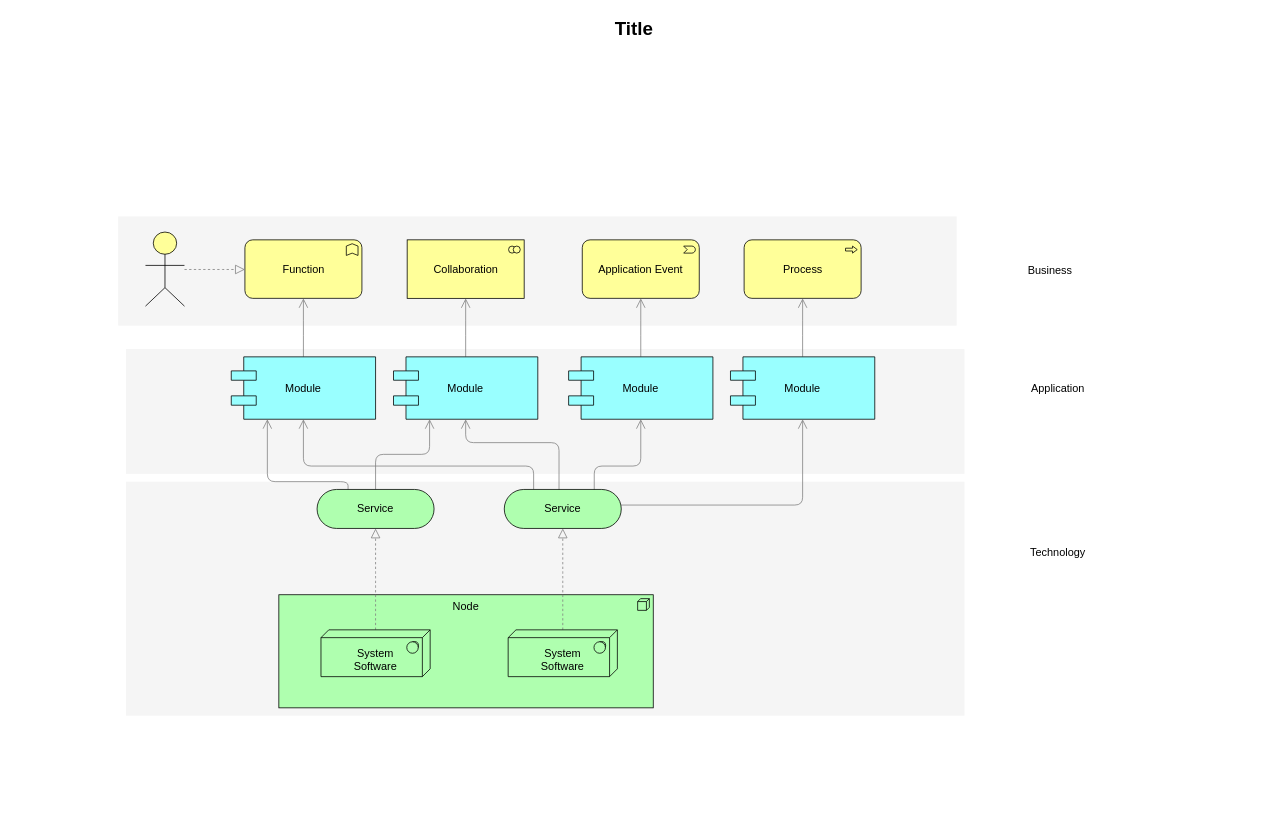
shinysol/shinysol keeps this draw.io diagram as akacia_architecture.drawio. Above is the earlier version. Source tidied: cells renumbered, new cells numbered last; positions are measured from the earlier drawing's top-left corner, leaving out a move shared by most shapes. Both pictures are drawn from the tidied source at 78%, with x=0, y=0 at pixel (13, 13).
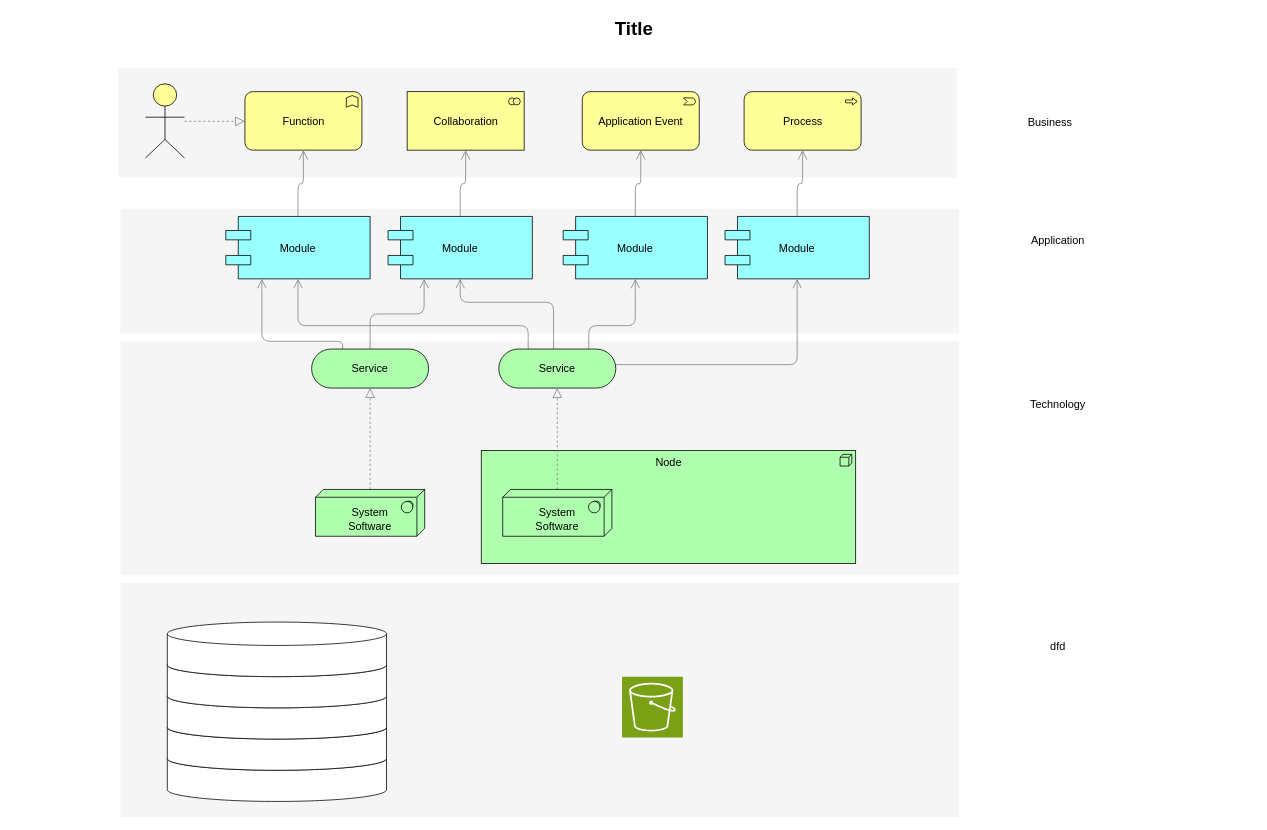
Above is the later version.

Diff of the diagram source:
```diff
@@
     <mxCell id="2" style="whiteSpace=wrap;html=1;strokeColor=none;strokeWidth=1;fillColor=#f5f5f5;fontSize=14;" parent="1" vertex="1">
-      <mxGeometry x="144" y="600" width="1075" height="300" as="geometry" />
+      <mxGeometry x="137" y="420" width="1075" height="300" as="geometry" />
     </mxCell>
     <mxCell id="3" style="whiteSpace=wrap;html=1;strokeColor=none;strokeWidth=1;fillColor=#f5f5f5;fontSize=14;" parent="1" vertex="1">
-      <mxGeometry x="144" y="430" width="1075" height="160" as="geometry" />
+      <mxGeometry x="137" y="250" width="1075" height="160" as="geometry" />
     </mxCell>
     <mxCell id="4" style="whiteSpace=wrap;html=1;strokeColor=none;strokeWidth=1;fillColor=#f5f5f5;fontSize=14;" parent="1" vertex="1">
-      <mxGeometry x="134" y="260" width="1075" height="140" as="geometry" />
+      <mxGeometry x="134" y="70" width="1075" height="140" as="geometry" />
     </mxCell>
     <mxCell id="5" value="Node" style="html=1;whiteSpace=wrap;fillColor=#AFFFAF;shape=mxgraph.archimate3.application;appType=node;archiType=square;fontSize=14;verticalAlign=top;" parent="1" vertex="1">
-      <mxGeometry x="340" y="745" width="480" height="145" as="geometry" />
+      <mxGeometry x="599.5" y="560" width="480" height="145" as="geometry" />
     </mxCell>
@@
     <mxCell id="7" value="&lt;div&gt;&lt;br&gt;&lt;/div&gt;System&lt;div&gt;Software&lt;/div&gt;" style="html=1;whiteSpace=wrap;fillColor=#AFFFAF;shape=mxgraph.archimate3.tech;techType=sysSw;fontSize=14;" parent="1" vertex="1">
-      <mxGeometry x="394" y="790" width="140" height="60" as="geometry" />
+      <mxGeometry x="387" y="610" width="140" height="60" as="geometry" />
     </mxCell>
@@
     <mxCell id="9" value="&lt;div&gt;&lt;br&gt;&lt;/div&gt;&lt;div&gt;&lt;span&gt;System&lt;/span&gt;&lt;div&gt;Software&lt;/div&gt;&lt;/div&gt;" style="html=1;whiteSpace=wrap;fillColor=#AFFFAF;shape=mxgraph.archimate3.tech;techType=sysSw;fontSize=14;" parent="1" vertex="1">
-      <mxGeometry x="634" y="790" width="140" height="60" as="geometry" />
+      <mxGeometry x="627" y="610" width="140" height="60" as="geometry" />
     </mxCell>
@@
     <mxCell id="11" style="edgeStyle=elbowEdgeStyle;rounded=1;elbow=vertical;html=1;startSize=10;endArrow=open;endFill=0;endSize=10;jettySize=auto;strokeColor=#808080;fontSize=14;entryX=0.25;entryY=1;exitX=0.265;exitY=0.007;exitPerimeter=0;" parent="1" edge="1" source="12" target="19">
       <mxGeometry relative="1" as="geometry">
         <Array as="points">
-          <mxPoint x="372" y="600" />
+          <mxPoint x="365" y="420" />
         </Array>
       </mxGeometry>
     </mxCell>
     <mxCell id="12" value="Service" style="html=1;whiteSpace=wrap;fillColor=#AFFFAF;shape=mxgraph.archimate3.service;fontSize=14;" parent="1" vertex="1">
-      <mxGeometry x="389" y="610" width="150" height="50" as="geometry" />
+      <mxGeometry x="382" y="430" width="150" height="50" as="geometry" />
     </mxCell>
     <mxCell id="13" style="edgeStyle=elbowEdgeStyle;rounded=1;elbow=vertical;html=1;startSize=10;endArrow=open;endFill=0;endSize=10;jettySize=auto;strokeColor=#808080;fontSize=14;" parent="1" edge="1" source="17" target="25">
       <mxGeometry relative="1" as="geometry">
         <Array as="points">
-          <mxPoint x="859" y="630" />
+          <mxPoint x="852" y="450" />
         </Array>
       </mxGeometry>
     </mxCell>
     <mxCell id="14" style="edgeStyle=elbowEdgeStyle;rounded=1;elbow=vertical;html=1;startSize=10;endArrow=open;endFill=0;endSize=10;jettySize=auto;strokeColor=#808080;fontSize=14;entryX=0.5;entryY=1;exitX=0.769;exitY=0.025;exitPerimeter=0;" parent="1" edge="1" source="17" target="23">
       <mxGeometry relative="1" as="geometry">
         <Array as="points">
-          <mxPoint x="759" y="580" />
+          <mxPoint x="752" y="400" />
         </Array>
       </mxGeometry>
     </mxCell>
     <mxCell id="15" style="edgeStyle=elbowEdgeStyle;rounded=1;elbow=vertical;html=1;startSize=10;endArrow=open;endFill=0;endSize=10;jettySize=auto;strokeColor=#808080;fontSize=14;entryX=0.5;entryY=1;exitX=0.468;exitY=0.025;exitPerimeter=0;" parent="1" edge="1" source="17" target="21">
       <mxGeometry relative="1" as="geometry">
         <Array as="points">
-          <mxPoint x="649" y="550" />
+          <mxPoint x="642" y="370" />
         </Array>
       </mxGeometry>
     </mxCell>
     <mxCell id="16" style="edgeStyle=elbowEdgeStyle;rounded=1;elbow=vertical;html=1;startSize=10;endArrow=open;endFill=0;endSize=10;jettySize=auto;strokeColor=#808080;fontSize=14;exitX=0.251;exitY=0.002;exitPerimeter=0;" parent="1" edge="1" source="17" target="19">
       <mxGeometry relative="1" as="geometry">
         <Array as="points">
-          <mxPoint x="539" y="580" />
+          <mxPoint x="532" y="400" />
         </Array>
       </mxGeometry>
     </mxCell>
     <mxCell id="17" value="Service" style="html=1;whiteSpace=wrap;fillColor=#AFFFAF;shape=mxgraph.archimate3.service;fontSize=14;" parent="1" vertex="1">
-      <mxGeometry x="629" y="610" width="150" height="50" as="geometry" />
+      <mxGeometry x="622" y="430" width="150" height="50" as="geometry" />
     </mxCell>
@@
     <mxCell id="19" value="Module" style="shape=component;align=center;fillColor=#99ffff;gradientColor=none;fontSize=14;" parent="1" vertex="1">
-      <mxGeometry x="279" y="440" width="185" height="80" as="geometry" />
+      <mxGeometry x="272" y="260" width="185" height="80" as="geometry" />
     </mxCell>
@@
     <mxCell id="21" value="Module" style="shape=component;align=center;fillColor=#99ffff;gradientColor=none;fontSize=14;" parent="1" vertex="1">
-      <mxGeometry x="487" y="440" width="185" height="80" as="geometry" />
+      <mxGeometry x="480" y="260" width="185" height="80" as="geometry" />
     </mxCell>
@@
     <mxCell id="23" value="Module" style="shape=component;align=center;fillColor=#99ffff;gradientColor=none;fontSize=14;" parent="1" vertex="1">
-      <mxGeometry x="711.5" y="440" width="185" height="80" as="geometry" />
+      <mxGeometry x="704.5" y="260" width="185" height="80" as="geometry" />
     </mxCell>
@@
     <mxCell id="25" value="Module" style="shape=component;align=center;fillColor=#99ffff;gradientColor=none;fontSize=14;" parent="1" vertex="1">
-      <mxGeometry x="919" y="440" width="185" height="80" as="geometry" />
+      <mxGeometry x="912" y="260" width="185" height="80" as="geometry" />
     </mxCell>
     <mxCell id="26" value="Function" style="html=1;whiteSpace=wrap;fillColor=#ffff99;shape=mxgraph.archimate3.application;appType=func;archiType=rounded;fontSize=14;" parent="1" vertex="1">
-      <mxGeometry x="296.5" y="290" width="150" height="75" as="geometry" />
+      <mxGeometry x="296.5" y="100" width="150" height="75" as="geometry" />
     </mxCell>
     <mxCell id="27" value="Collaboration" style="html=1;whiteSpace=wrap;fillColor=#ffff99;shape=mxgraph.archimate3.application;appType=collab;archiType=square;fontSize=14;" parent="1" vertex="1">
-      <mxGeometry x="504.5" y="290" width="150" height="75" as="geometry" />
+      <mxGeometry x="504.5" y="100" width="150" height="75" as="geometry" />
     </mxCell>
     <mxCell id="28" value="Application Event" style="html=1;whiteSpace=wrap;fillColor=#ffff99;shape=mxgraph.archimate3.application;appType=event;archiType=rounded;fontSize=14;" parent="1" vertex="1">
-      <mxGeometry x="729" y="290" width="150" height="75" as="geometry" />
+      <mxGeometry x="729" y="100" width="150" height="75" as="geometry" />
     </mxCell>
     <mxCell id="29" value="Process" style="html=1;whiteSpace=wrap;fillColor=#ffff99;shape=mxgraph.archimate3.application;appType=proc;archiType=rounded;fontSize=14;" parent="1" vertex="1">
-      <mxGeometry x="936.5" y="290" width="150" height="75" as="geometry" />
+      <mxGeometry x="936.5" y="100" width="150" height="75" as="geometry" />
     </mxCell>
     <mxCell id="30" value="Technology" style="text;html=1;strokeColor=none;fillColor=none;align=center;verticalAlign=middle;whiteSpace=wrap;fontSize=14;" parent="1" vertex="1">
-      <mxGeometry x="1219" y="681" width="240" height="20" as="geometry" />
+      <mxGeometry x="1219" y="491" width="240" height="20" as="geometry" />
     </mxCell>
     <mxCell id="31" value="Application" style="text;html=1;strokeColor=none;fillColor=none;align=center;verticalAlign=middle;whiteSpace=wrap;fontSize=14;" parent="1" vertex="1">
-      <mxGeometry x="1219" y="471" width="240" height="20" as="geometry" />
+      <mxGeometry x="1219" y="281" width="240" height="20" as="geometry" />
     </mxCell>
     <mxCell id="32" value="Business" style="text;html=1;strokeColor=none;fillColor=none;align=center;verticalAlign=middle;whiteSpace=wrap;fontSize=14;" parent="1" vertex="1">
-      <mxGeometry x="1209" y="319" width="240" height="20" as="geometry" />
+      <mxGeometry x="1209" y="129" width="240" height="20" as="geometry" />
     </mxCell>
@@
     <mxCell id="34" style="html=1;whiteSpace=wrap;fillColor=#ffff99;shape=mxgraph.archimate3.actor;fontSize=14;" parent="1" vertex="1">
-      <mxGeometry x="169" y="280" width="50" height="95" as="geometry" />
+      <mxGeometry x="169" y="90" width="50" height="95" as="geometry" />
     </mxCell>
@@
+    <mxCell id="36" style="whiteSpace=wrap;html=1;strokeColor=none;strokeWidth=1;fillColor=#f5f5f5;fontSize=14;" parent="1" vertex="1">
+      <mxGeometry x="137" y="730" width="1075" height="300" as="geometry" />
+    </mxCell>
+    <mxCell id="37" value="dfd" style="text;html=1;strokeColor=none;fillColor=none;align=center;verticalAlign=middle;whiteSpace=wrap;fontSize=14;" parent="1" vertex="1">
+      <mxGeometry x="1219" y="801" width="240" height="20" as="geometry" />
+    </mxCell>
+    <mxCell id="38" style="shape=cylinder3;whiteSpace=wrap;html=1;boundedLbl=1;backgroundOutline=1;size=15;" parent="1" vertex="1">
+      <mxGeometry x="197" y="940" width="281" height="70" as="geometry" />
+    </mxCell>
+    <mxCell id="39" style="shape=cylinder3;whiteSpace=wrap;html=1;boundedLbl=1;backgroundOutline=1;size=15;" parent="1" vertex="1">
+      <mxGeometry x="197" y="900" width="281" height="70" as="geometry" />
+    </mxCell>
+    <mxCell id="40" style="shape=cylinder3;whiteSpace=wrap;html=1;boundedLbl=1;backgroundOutline=1;size=15;" parent="1" vertex="1">
+      <mxGeometry x="197" y="860" width="281" height="70" as="geometry" />
+    </mxCell>
+    <mxCell id="41" style="shape=cylinder3;whiteSpace=wrap;html=1;boundedLbl=1;backgroundOutline=1;size=15;" parent="1" vertex="1">
+      <mxGeometry x="197" y="820" width="281" height="70" as="geometry" />
+    </mxCell>
+    <mxCell id="42" style="shape=cylinder3;whiteSpace=wrap;html=1;boundedLbl=1;backgroundOutline=1;size=15;" parent="1" vertex="1">
+      <mxGeometry x="197" y="780" width="281" height="70" as="geometry" />
+    </mxCell>
+    <mxCell id="43" style="sketch=0;fontColor=#232F3E;fillColor=#7AA116;strokeColor=#ffffff;dashed=0;verticalLabelPosition=bottom;verticalAlign=top;align=center;html=1;fontSize=12;fontStyle=0;shape=mxgraph.aws4.resourceIcon;resIcon=mxgraph.aws4.s3;" parent="1" vertex="1">
+      <mxGeometry x="780" y="850" width="78" height="78" as="geometry" />
+    </mxCell>
```
